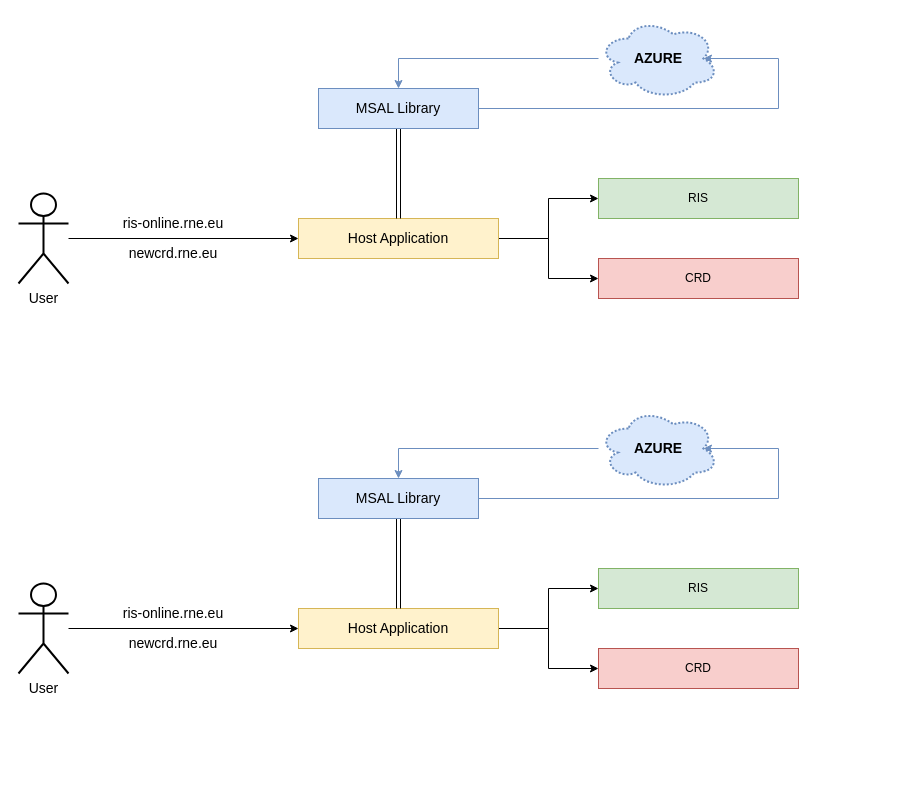
Above: azure-flow.drawio in mathudak/diagrams (draw.io), before the change. Source tidied: cells renumbered, new cells numbered last; positions are measured from the earlier drawing's top-left corner, leaving out a move shared by most shapes. Both pictures are drawn from the tidied source at 100%, with x=0, y=0 at pixel (18, 18).
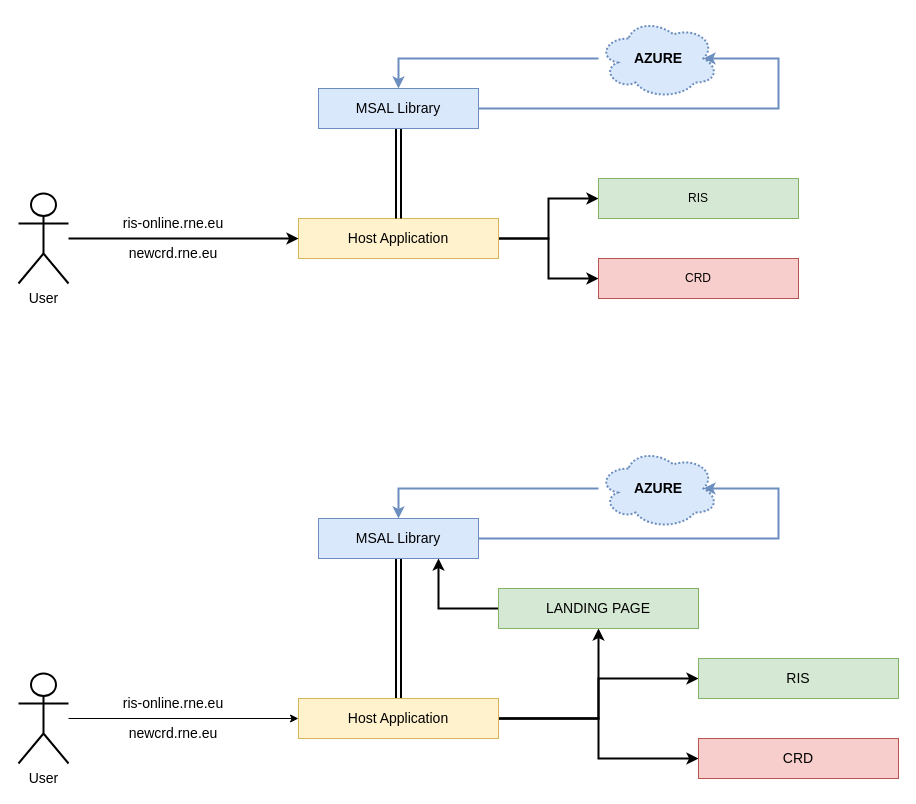
The same page after the edit.

Unchanged cells that the change refers to:
```xml
<mxCell id="4" value="&lt;font style=&quot;font-size: 14px;&quot;&gt;Host Application&lt;/font&gt;" style="rounded=0;whiteSpace=wrap;html=1;fillColor=#fff2cc;strokeColor=#d6b656;" parent="1" vertex="1">
  <mxGeometry x="280" y="200" width="200" height="40" as="geometry" />
</mxCell>
<mxCell id="6" value="&lt;font style=&quot;font-size: 14px;&quot;&gt;MSAL Library&lt;/font&gt;" style="rounded=0;whiteSpace=wrap;html=1;fillColor=#dae8fc;strokeColor=#6c8ebf;" parent="1" vertex="1">
  <mxGeometry x="300" y="70" width="160" height="40" as="geometry" />
</mxCell>
<mxCell id="8" value="&lt;font style=&quot;font-size: 14px;&quot;&gt;&lt;b&gt;AZURE&lt;/b&gt;&lt;/font&gt;" style="ellipse;shape=cloud;whiteSpace=wrap;html=1;fillColor=#dae8fc;strokeColor=#6c8ebf;dashed=1;dashPattern=1 1;strokeWidth=2;" parent="1" vertex="1">
  <mxGeometry x="580" width="120" height="80" as="geometry" />
</mxCell>
<mxCell id="10" value="&lt;font style=&quot;font-size: 14px;&quot;&gt;User&lt;/font&gt;" style="shape=umlActor;verticalLabelPosition=bottom;verticalAlign=top;html=1;outlineConnect=0;strokeWidth=2;" parent="1" vertex="1">
  <mxGeometry y="175" width="50" height="90" as="geometry" />
</mxCell>
<mxCell id="12" value="RIS" style="rounded=0;whiteSpace=wrap;html=1;fillColor=#d5e8d4;strokeColor=#82b366;" parent="1" vertex="1">
  <mxGeometry x="580" y="160" width="200" height="40" as="geometry" />
</mxCell>
<mxCell id="13" value="CRD" style="rounded=0;whiteSpace=wrap;html=1;fillColor=#f8cecc;strokeColor=#b85450;" parent="1" vertex="1">
  <mxGeometry x="580" y="240" width="200" height="40" as="geometry" />
</mxCell>
```

What changed in the source:
```diff
@@
-    <mxCell id="2" style="edgeStyle=orthogonalEdgeStyle;rounded=0;jettySize=auto;html=1;entryX=0;entryY=0.5;entryDx=0;entryDy=0;" parent="1" edge="1" source="4" target="12">
+    <mxCell id="2" style="edgeStyle=orthogonalEdgeStyle;rounded=0;jettySize=auto;html=1;entryX=0;entryY=0.5;entryDx=0;entryDy=0;strokeWidth=2;" parent="1" edge="1" source="4" target="12">
       <mxGeometry relative="1" as="geometry" />
     </mxCell>
-    <mxCell id="3" style="edgeStyle=orthogonalEdgeStyle;rounded=0;jettySize=auto;html=1;entryX=0;entryY=0.5;entryDx=0;entryDy=0;" parent="1" edge="1" source="4" target="13">
+    <mxCell id="3" style="edgeStyle=orthogonalEdgeStyle;rounded=0;jettySize=auto;html=1;entryX=0;entryY=0.5;entryDx=0;entryDy=0;strokeWidth=2;" parent="1" edge="1" source="4" target="13">
       <mxGeometry relative="1" as="geometry" />
     </mxCell>
@@
-    <mxCell id="5" style="edgeStyle=orthogonalEdgeStyle;rounded=0;jettySize=auto;html=1;shape=link;" parent="1" edge="1" source="6" target="4">
+    <mxCell id="5" style="edgeStyle=orthogonalEdgeStyle;rounded=0;jettySize=auto;html=1;shape=link;strokeWidth=2;" parent="1" edge="1" source="6" target="4">
       <mxGeometry relative="1" as="geometry" />
     </mxCell>
@@
-    <mxCell id="7" style="edgeStyle=orthogonalEdgeStyle;rounded=0;jettySize=auto;html=1;entryX=0.5;entryY=0;entryDx=0;entryDy=0;fillColor=#dae8fc;strokeColor=#6c8ebf;" parent="1" edge="1" source="8" target="6">
+    <mxCell id="7" style="edgeStyle=orthogonalEdgeStyle;rounded=0;jettySize=auto;html=1;entryX=0.5;entryY=0;entryDx=0;entryDy=0;fillColor=#dae8fc;strokeColor=#6c8ebf;strokeWidth=2;" parent="1" edge="1" source="8" target="6">
       <mxGeometry relative="1" as="geometry" />
     </mxCell>
@@
-    <mxCell id="9" style="edgeStyle=orthogonalEdgeStyle;rounded=0;jettySize=auto;html=1;entryX=0;entryY=0.5;entryDx=0;entryDy=0;" parent="1" edge="1" source="10" target="4">
+    <mxCell id="9" style="edgeStyle=orthogonalEdgeStyle;rounded=0;jettySize=auto;html=1;entryX=0;entryY=0.5;entryDx=0;entryDy=0;strokeWidth=2;" parent="1" edge="1" source="10" target="4">
       <mxGeometry relative="1" as="geometry" />
     </mxCell>
@@
-    <mxCell id="11" style="edgeStyle=orthogonalEdgeStyle;rounded=0;jettySize=auto;html=1;entryX=0.875;entryY=0.5;entryDx=0;entryDy=0;entryPerimeter=0;fillColor=#dae8fc;strokeColor=#6c8ebf;" parent="1" edge="1" source="6" target="8">
+    <mxCell id="11" style="edgeStyle=orthogonalEdgeStyle;rounded=0;jettySize=auto;html=1;entryX=0.875;entryY=0.5;entryDx=0;entryDy=0;entryPerimeter=0;fillColor=#dae8fc;strokeColor=#6c8ebf;strokeWidth=2;" parent="1" edge="1" source="6" target="8">
       <mxGeometry relative="1" as="geometry">
         <Array as="points">
           <mxPoint x="760" y="90" />
           <mxPoint x="760" y="40" />
         </Array>
       </mxGeometry>
     </mxCell>
@@
+    <mxCell id="30" style="edgeStyle=orthogonalEdgeStyle;rounded=0;jettySize=auto;html=1;entryX=0.5;entryY=1;entryDx=0;entryDy=0;shape=link;strokeWidth=2;" parent="1" edge="1" source="18" target="20">
+      <mxGeometry relative="1" as="geometry" />
+    </mxCell>
+    <mxCell id="31" style="edgeStyle=orthogonalEdgeStyle;rounded=0;jettySize=auto;html=1;entryX=0.5;entryY=1;entryDx=0;entryDy=0;strokeWidth=2;" parent="1" edge="1" source="18" target="33">
+      <mxGeometry relative="1" as="geometry">
+        <Array as="points">
+          <mxPoint x="580" y="700" />
+        </Array>
+      </mxGeometry>
+    </mxCell>
-    <mxCell id="16" style="edgeStyle=orthogonalEdgeStyle;rounded=0;jettySize=auto;html=1;entryX=0;entryY=0.5;entryDx=0;entryDy=0;" parent="1" edge="1" source="18" target="26">
+    <mxCell id="16" style="edgeStyle=orthogonalEdgeStyle;rounded=0;jettySize=auto;html=1;entryX=0;entryY=0.5;entryDx=0;entryDy=0;strokeWidth=2;" parent="1" edge="1" source="18" target="26">
       <mxGeometry relative="1" as="geometry" />
     </mxCell>
-    <mxCell id="17" style="edgeStyle=orthogonalEdgeStyle;rounded=0;jettySize=auto;html=1;entryX=0;entryY=0.5;entryDx=0;entryDy=0;" parent="1" edge="1" source="18" target="27">
+    <mxCell id="17" style="edgeStyle=orthogonalEdgeStyle;rounded=0;jettySize=auto;html=1;entryX=0;entryY=0.5;entryDx=0;entryDy=0;strokeWidth=2;" parent="1" edge="1" source="18" target="27">
       <mxGeometry relative="1" as="geometry" />
     </mxCell>
     <mxCell id="18" value="&lt;font style=&quot;font-size: 14px;&quot;&gt;Host Application&lt;/font&gt;" style="rounded=0;whiteSpace=wrap;html=1;fillColor=#fff2cc;strokeColor=#d6b656;" parent="1" vertex="1">
-      <mxGeometry x="280" y="590" width="200" height="40" as="geometry" />
+      <mxGeometry x="280" y="680" width="200" height="40" as="geometry" />
     </mxCell>
-    <mxCell id="19" style="edgeStyle=orthogonalEdgeStyle;rounded=0;jettySize=auto;html=1;shape=link;" parent="1" edge="1" source="20" target="18">
-      <mxGeometry relative="1" as="geometry" />
-    </mxCell>
     <mxCell id="20" value="&lt;font style=&quot;font-size: 14px;&quot;&gt;MSAL Library&lt;/font&gt;" style="rounded=0;whiteSpace=wrap;html=1;fillColor=#dae8fc;strokeColor=#6c8ebf;" parent="1" vertex="1">
-      <mxGeometry x="300" y="460" width="160" height="40" as="geometry" />
+      <mxGeometry x="300" y="500" width="160" height="40" as="geometry" />
     </mxCell>
-    <mxCell id="21" style="edgeStyle=orthogonalEdgeStyle;rounded=0;jettySize=auto;html=1;entryX=0.5;entryY=0;entryDx=0;entryDy=0;fillColor=#dae8fc;strokeColor=#6c8ebf;" parent="1" edge="1" source="22" target="20">
+    <mxCell id="21" style="edgeStyle=orthogonalEdgeStyle;rounded=0;jettySize=auto;html=1;entryX=0.5;entryY=0;entryDx=0;entryDy=0;fillColor=#dae8fc;strokeColor=#6c8ebf;strokeWidth=2;" parent="1" edge="1" source="22" target="20">
       <mxGeometry relative="1" as="geometry" />
     </mxCell>
     <mxCell id="22" value="&lt;font style=&quot;font-size: 14px;&quot;&gt;&lt;b&gt;AZURE&lt;/b&gt;&lt;/font&gt;" style="ellipse;shape=cloud;whiteSpace=wrap;html=1;fillColor=#dae8fc;strokeColor=#6c8ebf;dashed=1;dashPattern=1 1;strokeWidth=2;" parent="1" vertex="1">
-      <mxGeometry x="580" y="390" width="120" height="80" as="geometry" />
+      <mxGeometry x="580" y="430" width="120" height="80" as="geometry" />
     </mxCell>
@@
     <mxCell id="24" value="&lt;font style=&quot;font-size: 14px;&quot;&gt;User&lt;/font&gt;" style="shape=umlActor;verticalLabelPosition=bottom;verticalAlign=top;html=1;outlineConnect=0;strokeWidth=2;" parent="1" vertex="1">
-      <mxGeometry y="565" width="50" height="90" as="geometry" />
+      <mxGeometry y="655" width="50" height="90" as="geometry" />
     </mxCell>
-    <mxCell id="25" style="edgeStyle=orthogonalEdgeStyle;rounded=0;jettySize=auto;html=1;entryX=0.875;entryY=0.5;entryDx=0;entryDy=0;entryPerimeter=0;fillColor=#dae8fc;strokeColor=#6c8ebf;" parent="1" edge="1" source="20" target="22">
-      <mxGeometry relative="1" as="geometry">
-        <Array as="points">
-          <mxPoint x="760" y="480" />
-          <mxPoint x="760" y="430" />
-        </Array>
-      </mxGeometry>
-    </mxCell>
-    <mxCell id="26" value="RIS" style="rounded=0;whiteSpace=wrap;html=1;fillColor=#d5e8d4;strokeColor=#82b366;" parent="1" vertex="1">
-      <mxGeometry x="580" y="550" width="200" height="40" as="geometry" />
+    <mxCell id="26" value="&lt;font style=&quot;font-size: 14px;&quot;&gt;RIS&lt;/font&gt;" style="rounded=0;whiteSpace=wrap;html=1;fillColor=#d5e8d4;strokeColor=#82b366;" parent="1" vertex="1">
+      <mxGeometry x="680" y="640" width="200" height="40" as="geometry" />
     </mxCell>
-    <mxCell id="27" value="CRD" style="rounded=0;whiteSpace=wrap;html=1;fillColor=#f8cecc;strokeColor=#b85450;" parent="1" vertex="1">
-      <mxGeometry x="580" y="630" width="200" height="40" as="geometry" />
+    <mxCell id="27" value="&lt;font style=&quot;font-size: 14px;&quot;&gt;CRD&lt;/font&gt;" style="rounded=0;whiteSpace=wrap;html=1;fillColor=#f8cecc;strokeColor=#b85450;" parent="1" vertex="1">
+      <mxGeometry x="680" y="720" width="200" height="40" as="geometry" />
     </mxCell>
     <mxCell id="28" value="&lt;div&gt;ris-online.rne.eu&lt;/div&gt;" style="text;html=1;align=center;verticalAlign=middle;whiteSpace=wrap;rounded=0;fontSize=14;" parent="1" vertex="1">
-      <mxGeometry x="100" y="580" width="110" height="30" as="geometry" />
+      <mxGeometry x="100" y="670" width="110" height="30" as="geometry" />
     </mxCell>
     <mxCell id="29" value="newcrd.rne.eu" style="text;html=1;align=center;verticalAlign=middle;whiteSpace=wrap;rounded=0;fontSize=14;" parent="1" vertex="1">
-      <mxGeometry x="100" y="610" width="110" height="30" as="geometry" />
+      <mxGeometry x="100" y="700" width="110" height="30" as="geometry" />
     </mxCell>
+    <mxCell id="25" style="edgeStyle=orthogonalEdgeStyle;rounded=0;jettySize=auto;html=1;entryX=0.875;entryY=0.5;entryDx=0;entryDy=0;entryPerimeter=0;fillColor=#dae8fc;strokeColor=#6c8ebf;strokeWidth=2;exitX=1;exitY=0.5;exitDx=0;exitDy=0;" parent="1" edge="1" source="20" target="22">
+      <mxGeometry relative="1" as="geometry">
+        <Array as="points">
+          <mxPoint x="760" y="520" />
+          <mxPoint x="760" y="470" />
+        </Array>
+      </mxGeometry>
+    </mxCell>
+    <mxCell id="32" style="edgeStyle=orthogonalEdgeStyle;rounded=0;jettySize=auto;html=1;exitX=0;exitY=0.5;exitDx=0;exitDy=0;entryX=0.75;entryY=1;entryDx=0;entryDy=0;strokeWidth=2;" parent="1" edge="1" source="33" target="20">
+      <mxGeometry relative="1" as="geometry" />
+    </mxCell>
+    <mxCell id="33" value="&lt;font style=&quot;font-size: 14px;&quot;&gt;LANDING PAGE&lt;/font&gt;" style="rounded=0;whiteSpace=wrap;html=1;fillColor=#d5e8d4;strokeColor=#82b366;" parent="1" vertex="1">
+      <mxGeometry x="480" y="570" width="200" height="40" as="geometry" />
+    </mxCell>
```
